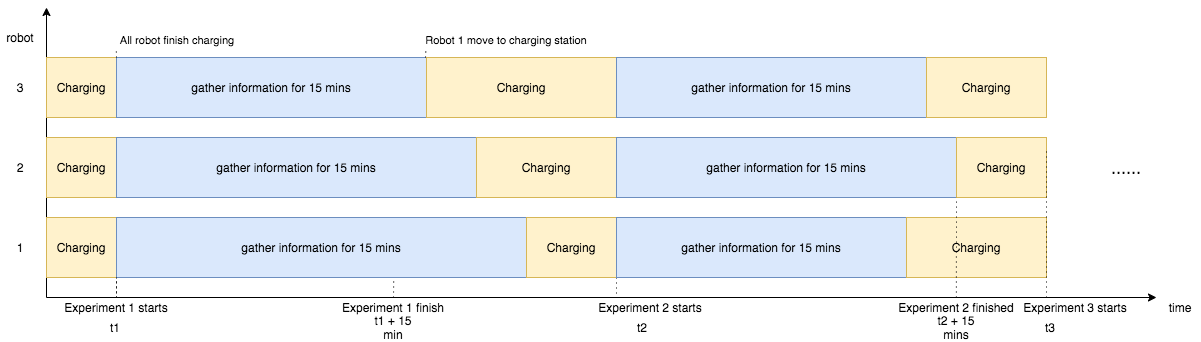
Above: Thesis/content/images/ch5/env_exp_timeline.drawio.png in xuanjiao/master_thesis (draw.io), before the change. Source tidied: cells renumbered, new cells last; positions are measured from the earlier drawing's top-left corner, leaving out a move shared by most shapes.
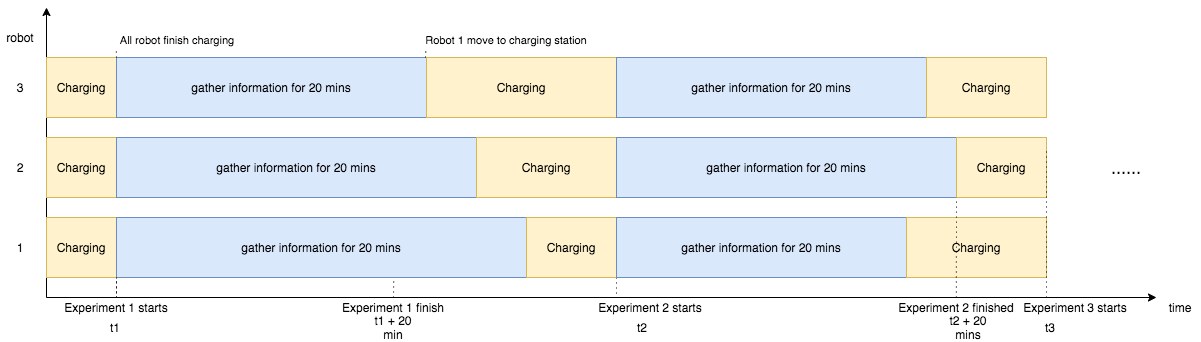
Above is the later version.

What changed in the source:
```diff
@@ -23,13 +23,13 @@
     <mxCell id="6" value="Charging" style="rounded=0;whiteSpace=wrap;html=1;fillColor=#fff2cc;strokeColor=#d6b656;" parent="1" vertex="1">
       <mxGeometry x="46" y="210" width="70" height="60" as="geometry" />
     </mxCell>
-    <mxCell id="7" value="gather information for 15 mins" style="rounded=0;whiteSpace=wrap;html=1;fillColor=#dae8fc;strokeColor=#6c8ebf;" parent="1" vertex="1">
+    <mxCell id="7" value="gather information for 20 mins" style="rounded=0;whiteSpace=wrap;html=1;fillColor=#dae8fc;strokeColor=#6c8ebf;" parent="1" vertex="1">
       <mxGeometry x="116" y="50" width="310" height="60" as="geometry" />
     </mxCell>
-    <mxCell id="8" value="gather information for 15 mins" style="rounded=0;whiteSpace=wrap;html=1;fillColor=#dae8fc;strokeColor=#6c8ebf;" parent="1" vertex="1">
+    <mxCell id="8" value="gather information for 20 mins" style="rounded=0;whiteSpace=wrap;html=1;fillColor=#dae8fc;strokeColor=#6c8ebf;" parent="1" vertex="1">
       <mxGeometry x="116" y="130" width="360" height="60" as="geometry" />
     </mxCell>
-    <mxCell id="9" value="gather information for 15 mins" style="rounded=0;whiteSpace=wrap;html=1;fillColor=#dae8fc;strokeColor=#6c8ebf;" parent="1" vertex="1">
+    <mxCell id="9" value="gather information for 20 mins" style="rounded=0;whiteSpace=wrap;html=1;fillColor=#dae8fc;strokeColor=#6c8ebf;" parent="1" vertex="1">
       <mxGeometry x="116" y="210" width="410" height="60" as="geometry" />
     </mxCell>
     <mxCell id="10" value="Charging" style="rounded=0;whiteSpace=wrap;html=1;fillColor=#fff2cc;strokeColor=#d6b656;" parent="1" vertex="1">
@@ -59,13 +59,13 @@
     <mxCell id="18" value="Experiment&amp;nbsp;&lt;span style=&quot;text-align: left&quot;&gt;2 starts&lt;/span&gt;" style="text;html=1;strokeColor=none;fillColor=none;align=center;verticalAlign=middle;whiteSpace=wrap;rounded=0;" parent="1" vertex="1">
       <mxGeometry x="580" y="290" width="140" height="20" as="geometry" />
     </mxCell>
-    <mxCell id="19" value="gather information for 15 mins" style="rounded=0;whiteSpace=wrap;html=1;fillColor=#dae8fc;strokeColor=#6c8ebf;" parent="1" vertex="1">
+    <mxCell id="19" value="gather information for 20 mins" style="rounded=0;whiteSpace=wrap;html=1;fillColor=#dae8fc;strokeColor=#6c8ebf;" parent="1" vertex="1">
       <mxGeometry x="616" y="50" width="310" height="60" as="geometry" />
     </mxCell>
-    <mxCell id="20" value="gather information for 15 mins" style="rounded=0;whiteSpace=wrap;html=1;fillColor=#dae8fc;strokeColor=#6c8ebf;" parent="1" vertex="1">
+    <mxCell id="20" value="gather information for 20 mins" style="rounded=0;whiteSpace=wrap;html=1;fillColor=#dae8fc;strokeColor=#6c8ebf;" parent="1" vertex="1">
       <mxGeometry x="616" y="130" width="340" height="60" as="geometry" />
     </mxCell>
-    <mxCell id="21" value="gather information for 15 mins" style="rounded=0;whiteSpace=wrap;html=1;fillColor=#dae8fc;strokeColor=#6c8ebf;" parent="1" vertex="1">
+    <mxCell id="21" value="gather information for 20 mins" style="rounded=0;whiteSpace=wrap;html=1;fillColor=#dae8fc;strokeColor=#6c8ebf;" parent="1" vertex="1">
       <mxGeometry x="616" y="210" width="290" height="60" as="geometry" />
     </mxCell>
     <mxCell id="22" value="Charging" style="rounded=0;whiteSpace=wrap;html=1;fillColor=#fff2cc;strokeColor=#d6b656;" parent="1" vertex="1">
@@ -132,14 +132,14 @@
     <mxCell id="40" value="t1" style="text;html=1;strokeColor=none;fillColor=none;align=center;verticalAlign=middle;whiteSpace=wrap;rounded=0;" parent="1" vertex="1">
       <mxGeometry x="95" y="310" width="40" height="20" as="geometry" />
     </mxCell>
-    <mxCell id="41" value="t1 + 15 min" style="text;html=1;strokeColor=none;fillColor=none;align=center;verticalAlign=middle;whiteSpace=wrap;rounded=0;" parent="1" vertex="1">
+    <mxCell id="41" value="t1 + 20 min" style="text;html=1;strokeColor=none;fillColor=none;align=center;verticalAlign=middle;whiteSpace=wrap;rounded=0;" parent="1" vertex="1">
       <mxGeometry x="373" y="310" width="40" height="20" as="geometry" />
     </mxCell>
     <mxCell id="42" value="t2" style="text;html=1;strokeColor=none;fillColor=none;align=center;verticalAlign=middle;whiteSpace=wrap;rounded=0;" parent="1" vertex="1">
       <mxGeometry x="622" y="310" width="40" height="20" as="geometry" />
     </mxCell>
-    <mxCell id="43" value="t2 + 15 mins" style="text;html=1;strokeColor=none;fillColor=none;align=center;verticalAlign=middle;whiteSpace=wrap;rounded=0;" parent="1" vertex="1">
-      <mxGeometry x="935.9" y="310" width="40" height="20" as="geometry" />
+    <mxCell id="43" value="t2 + 20 mins" style="text;html=1;strokeColor=none;fillColor=none;align=center;verticalAlign=middle;whiteSpace=wrap;rounded=0;" parent="1" vertex="1">
+      <mxGeometry x="935.9" y="310" width="64.1" height="20" as="geometry" />
     </mxCell>
     <mxCell id="44" value="t3" style="text;html=1;strokeColor=none;fillColor=none;align=center;verticalAlign=middle;whiteSpace=wrap;rounded=0;" parent="1" vertex="1">
       <mxGeometry x="1030" y="310" width="40" height="20" as="geometry" />
```
